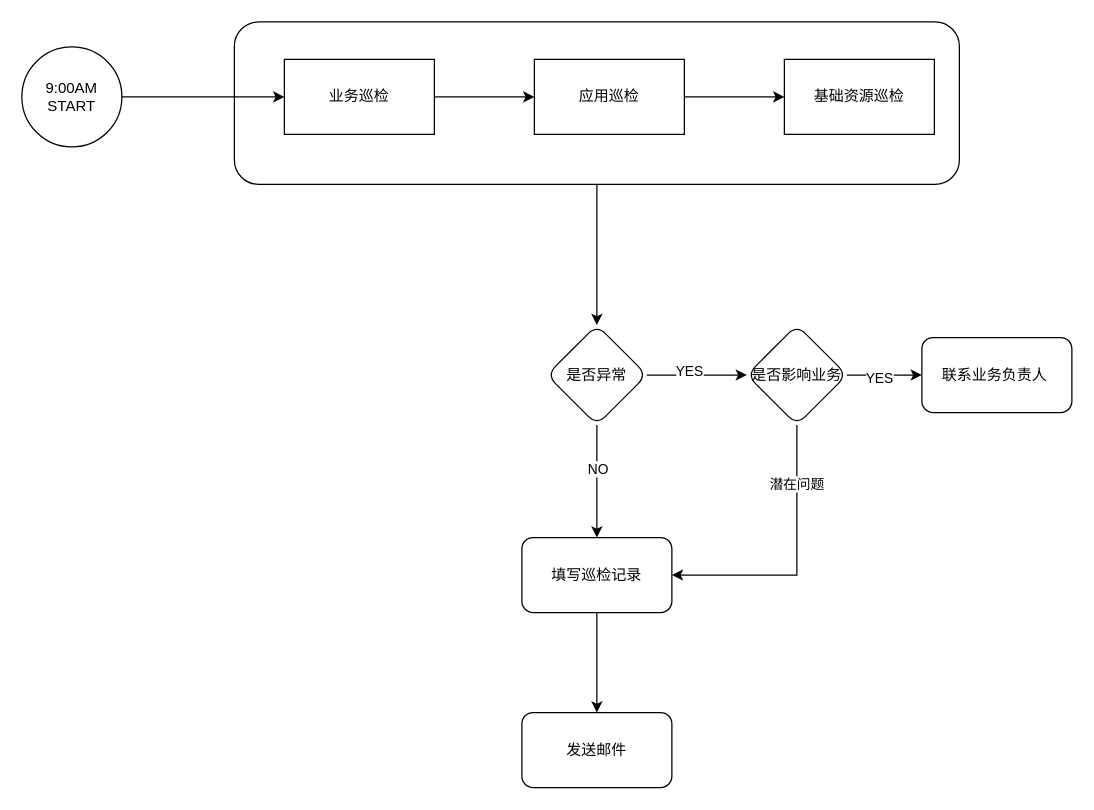
Above: 监控巡检流程.drawio in 463024907/draw.io (draw.io), before the change. Source tidied: cells renumbered, new cells numbered last; positions are measured from the earlier drawing's top-left corner, leaving out a move shared by most shapes. Both pictures are drawn from the tidied source at 125%, with x=0, y=0 at pixel (21, 21).
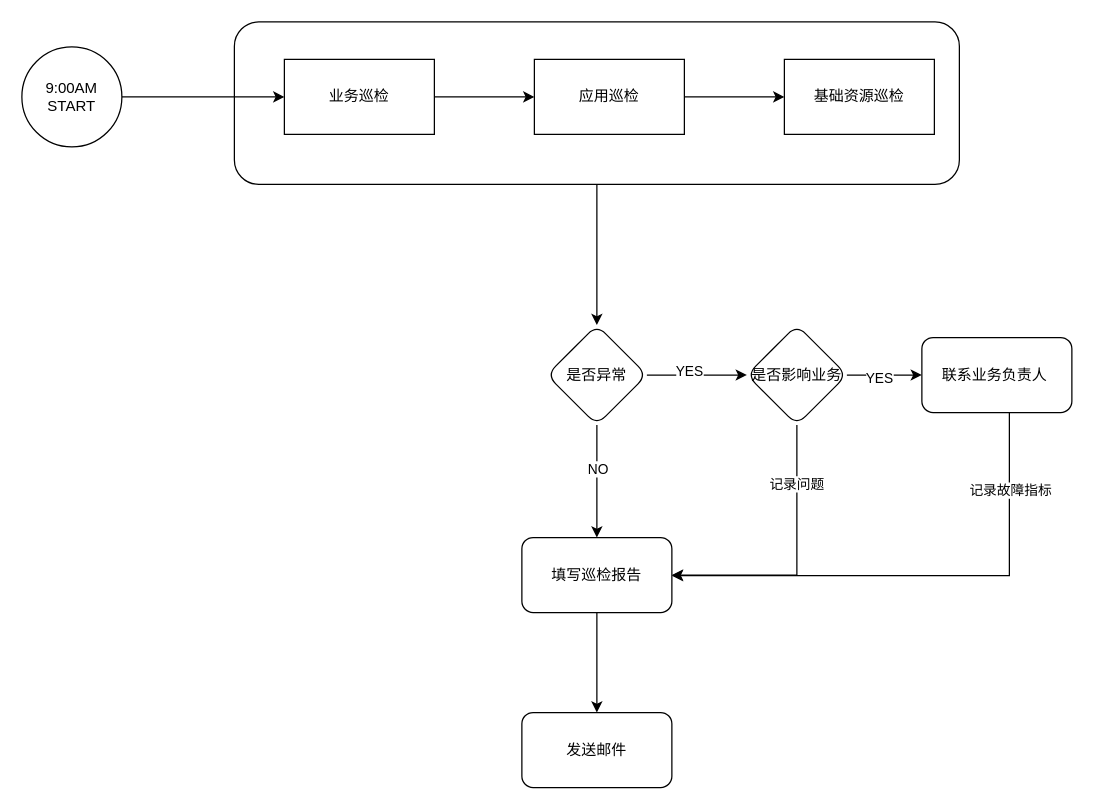
The same diagram, later.

Commit message:
Update 监控巡检流程.drawio

The change refers to these unchanged cells:
```xml
<mxCell id="21" style="edgeStyle=orthogonalEdgeStyle;rounded=0;jettySize=auto;html=1;entryX=1;entryY=0.5;entryDx=0;entryDy=0;" parent="1" edge="1" source="23" target="17">
  <mxGeometry relative="1" as="geometry">
    <Array as="points">
      <mxPoint x="620" y="443" />
    </Array>
  </mxGeometry>
</mxCell>
<mxCell id="24" value="联系业务负责人&amp;nbsp;" style="whiteSpace=wrap;html=1;rounded=1;" parent="1" vertex="1">
  <mxGeometry x="720" y="252.5" width="120" height="60" as="geometry" />
</mxCell>
```

Change to the diagram source:
```diff
@@
-    <mxCell id="17" value="填写巡检记录" style="whiteSpace=wrap;html=1;rounded=1;" parent="1" vertex="1">
+    <mxCell id="17" value="填写巡检报告" style="whiteSpace=wrap;html=1;rounded=1;" parent="1" vertex="1">
       <mxGeometry x="400" y="412.5" width="120" height="60" as="geometry" />
     </mxCell>
@@
-    <mxCell id="22" value="潜在问题" style="edgeLabel;html=1;align=center;verticalAlign=middle;" parent="21" vertex="1">
+    <mxCell id="22" value="记录问题" style="edgeLabel;html=1;align=center;verticalAlign=middle;" parent="21" vertex="1">
       <mxGeometry x="-0.57" y="-1" relative="1" as="geometry" />
     </mxCell>
@@
+    <mxCell id="25" style="edgeStyle=orthogonalEdgeStyle;rounded=0;jettySize=auto;html=1;" parent="1" edge="1" source="24" target="17">
+      <mxGeometry relative="1" as="geometry">
+        <Array as="points">
+          <mxPoint x="790" y="443" />
+        </Array>
+      </mxGeometry>
+    </mxCell>
+    <mxCell id="26" value="记录故障指标" style="edgeLabel;html=1;align=center;verticalAlign=middle;" parent="25" vertex="1">
+      <mxGeometry x="-0.69" relative="1" as="geometry" />
+    </mxCell>
```
